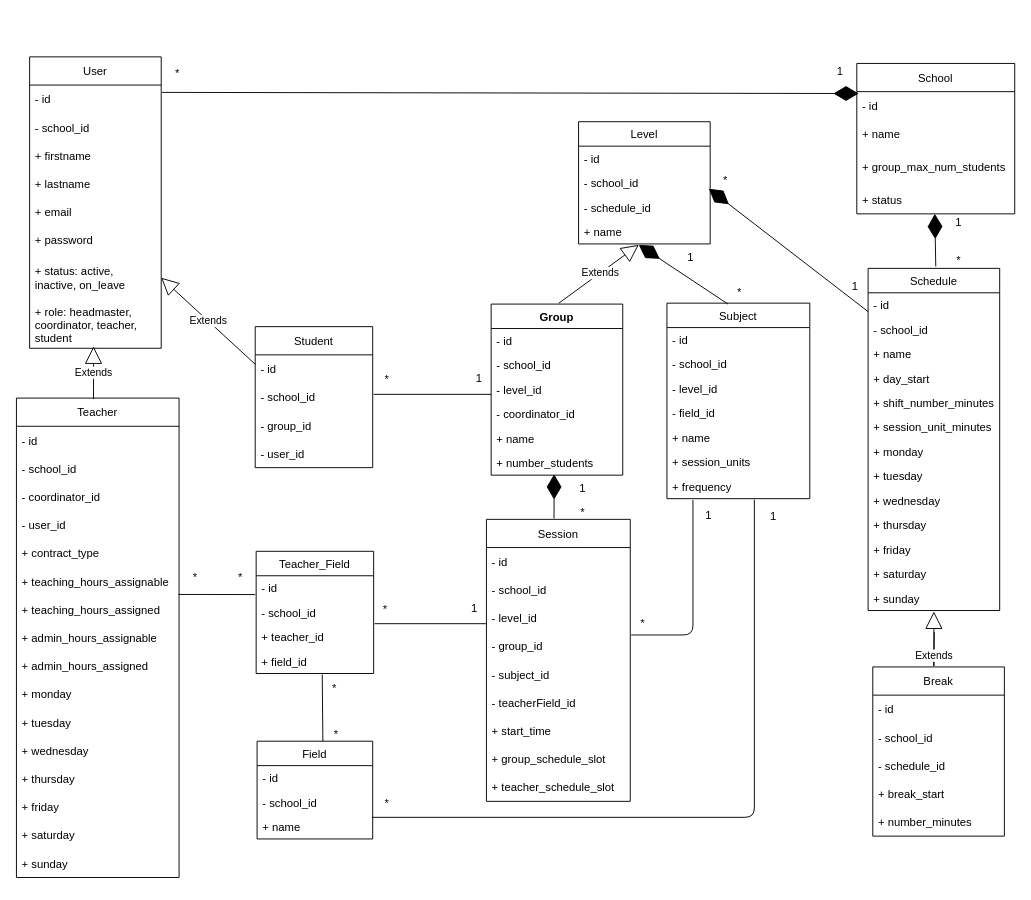
Before: support/3_design/entities/entities_UML.drawio in JeromeVargas/schedule_maker, a draw.io diagram. Source tidied: cells renumbered, new cells numbered last; positions are measured from the earlier drawing's top-left corner, leaving out a move shared by most shapes. Both pictures are drawn from the tidied source at 94%, with x=0, y=0 at pixel (16, 56).
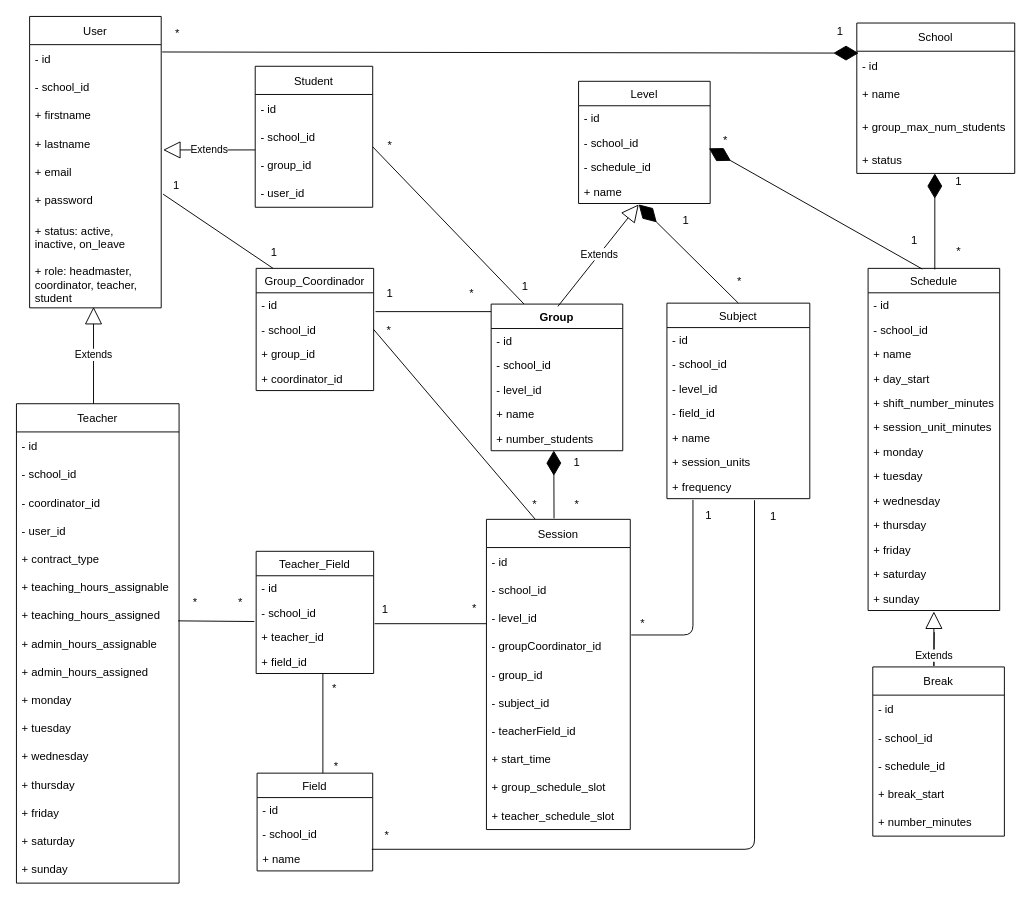
Above is the later version.

The change refers to these unchanged cells:
```xml
<mxCell id="10" value="+ status: active,&#10;inactive, on_leave" style="text;strokeColor=none;fillColor=none;align=left;verticalAlign=middle;spacingLeft=4;spacingRight=4;overflow=hidden;points=[[0,0.5],[1,0.5]];portConstraint=eastwest;" parent="3" vertex="1">
  <mxGeometry y="210" width="140" height="50" as="geometry" />
</mxCell>
<mxCell id="17" value="Schedule" style="swimlane;fontStyle=0;horizontal=1;startSize=26;fillColor=none;" parent="1" vertex="1">
  <mxGeometry x="906" y="225" width="140" height="364" as="geometry" />
</mxCell>
<mxCell id="43" value="Subject" style="swimlane;fontStyle=0;horizontal=1;startSize=26;fillColor=none;" parent="1" vertex="1">
  <mxGeometry x="692" y="262" width="152" height="208" as="geometry" />
</mxCell>
<mxCell id="50" value="+ frequency" style="text;strokeColor=none;fillColor=none;align=left;verticalAlign=top;spacingLeft=4;spacingRight=4;overflow=hidden;points=[[0,0.5],[1,0.5]];portConstraint=eastwest;whiteSpace=wrap;" parent="43" vertex="1">
  <mxGeometry y="182" width="152" height="26" as="geometry" />
</mxCell>
<mxCell id="68" value="+ teaching_hours_assigned" style="text;strokeColor=none;fillColor=none;align=left;verticalAlign=middle;spacingLeft=4;spacingRight=4;overflow=hidden;points=[[0,0.5],[1,0.5]];portConstraint=eastwest;" parent="61" vertex="1">
  <mxGeometry y="210" width="173" height="30" as="geometry" />
</mxCell>
<mxCell id="81" value="- group_id" style="text;strokeColor=none;fillColor=none;align=left;verticalAlign=middle;spacingLeft=4;spacingRight=4;overflow=hidden;points=[[0,0.5],[1,0.5]];portConstraint=eastwest;" parent="78" vertex="1">
  <mxGeometry y="90" width="125" height="30" as="geometry" />
</mxCell>
```

The edit, as a diff of the source:
```diff
@@
     <mxCell id="2" style="endArrow=diamondThin;endFill=1;endSize=24;html=1;rounded=0;exitX=0.039;exitY=0.825;exitDx=0;exitDy=0;exitPerimeter=0;entryX=0.012;entryY=0.667;entryDx=0;entryDy=0;entryPerimeter=0;" parent="1" edge="1">
       <mxGeometry relative="1" as="geometry">
-        <mxPoint x="155" y="37.8" as="sourcePoint" />
-        <mxPoint x="896" y="39" as="targetPoint" />
+        <mxPoint x="155" y="-5.2" as="sourcePoint" />
+        <mxPoint x="896" y="-4" as="targetPoint" />
       </mxGeometry>
     </mxCell>
     <mxCell id="3" value="User" style="swimlane;fontStyle=0;horizontal=1;startSize=30;" parent="1" vertex="1">
-      <mxGeometry x="14" width="140" height="310" as="geometry" />
+      <mxGeometry x="14" y="-43" width="140" height="310" as="geometry" />
     </mxCell>
@@
     <mxCell id="12" value="School" style="swimlane;fontStyle=0;horizontal=1;startSize=30;strokeColor=default;fillColor=none;" parent="1" vertex="1">
-      <mxGeometry x="894" y="7" width="168" height="160" as="geometry" />
+      <mxGeometry x="894" y="-36" width="168" height="160" as="geometry" />
     </mxCell>
@@
-    <mxCell id="31" style="endArrow=diamondThin;endFill=1;endSize=24;html=1;rounded=0;entryX=-0.079;entryY=0.777;entryDx=0;entryDy=0;entryPerimeter=0;" parent="17" edge="1" target="100">
-      <mxGeometry relative="1" as="geometry">
-        <mxPoint y="46" as="sourcePoint" />
-      </mxGeometry>
-    </mxCell>
@@
     <mxCell id="38" value="Level" style="swimlane;fontStyle=0;horizontal=1;startSize=26;fillColor=none;" parent="1" vertex="1">
-      <mxGeometry x="598" y="69" width="140" height="130" as="geometry" />
+      <mxGeometry x="598" y="26" width="140" height="130" as="geometry" />
     </mxCell>
@@
     <mxCell id="51" value="Session" style="swimlane;fontStyle=0;horizontal=1;startSize=30;" parent="1" vertex="1">
-      <mxGeometry x="500" y="492" width="153" height="300" as="geometry" />
+      <mxGeometry x="500" y="492" width="153" height="330" as="geometry" />
     </mxCell>
@@
-    <mxCell id="55" value="- group_id" style="text;strokeColor=none;fillColor=none;align=left;verticalAlign=middle;spacingLeft=4;spacingRight=4;overflow=hidden;" parent="51" vertex="1">
+    <mxCell id="55" value="- groupCoordinator_id" style="text;strokeColor=none;fillColor=none;align=left;verticalAlign=middle;spacingLeft=4;spacingRight=4;overflow=hidden;" parent="51" vertex="1">
       <mxGeometry y="120" width="153" height="30" as="geometry" />
     </mxCell>
+    <mxCell id="134" value="- group_id" style="text;strokeColor=none;fillColor=none;align=left;verticalAlign=middle;spacingLeft=4;spacingRight=4;overflow=hidden;" parent="51" vertex="1">
+      <mxGeometry y="150" width="153" height="30" as="geometry" />
+    </mxCell>
     <mxCell id="56" value="- subject_id" style="text;strokeColor=none;fillColor=none;align=left;verticalAlign=middle;spacingLeft=4;spacingRight=4;overflow=hidden;" parent="51" vertex="1">
-      <mxGeometry y="150" width="153" height="30" as="geometry" />
+      <mxGeometry y="180" width="153" height="30" as="geometry" />
     </mxCell>
     <mxCell id="57" value="- teacherField_id" style="text;strokeColor=none;fillColor=none;align=left;verticalAlign=middle;spacingLeft=4;spacingRight=4;overflow=hidden;" parent="51" vertex="1">
-      <mxGeometry y="180" width="153" height="30" as="geometry" />
+      <mxGeometry y="210" width="153" height="30" as="geometry" />
     </mxCell>
     <mxCell id="58" value="+ start_time" style="text;strokeColor=none;fillColor=none;align=left;verticalAlign=middle;spacingLeft=4;spacingRight=4;overflow=hidden;" parent="51" vertex="1">
-      <mxGeometry y="210" width="153" height="30" as="geometry" />
+      <mxGeometry y="240" width="153" height="30" as="geometry" />
     </mxCell>
     <mxCell id="59" value="+ group_schedule_slot" style="text;strokeColor=none;fillColor=none;align=left;verticalAlign=middle;spacingLeft=4;spacingRight=4;overflow=hidden;" parent="51" vertex="1">
-      <mxGeometry y="240" width="153" height="30" as="geometry" />
+      <mxGeometry y="270" width="153" height="30" as="geometry" />
     </mxCell>
     <mxCell id="60" value="+ teacher_schedule_slot" style="text;strokeColor=none;fillColor=none;align=left;verticalAlign=middle;spacingLeft=4;spacingRight=4;overflow=hidden;" parent="51" vertex="1">
-      <mxGeometry y="270" width="153" height="30" as="geometry" />
+      <mxGeometry y="300" width="153" height="30" as="geometry" />
     </mxCell>
     <mxCell id="61" value="Teacher" style="swimlane;fontStyle=0;horizontal=1;startSize=30;" parent="1" vertex="1">
-      <mxGeometry y="363" width="173" height="510" as="geometry" />
+      <mxGeometry y="369" width="173" height="510" as="geometry" />
     </mxCell>
@@
     <mxCell id="78" value="Student" style="swimlane;fontStyle=0;horizontal=1;startSize=30;" parent="1" vertex="1">
-      <mxGeometry x="254" y="287" width="125" height="150" as="geometry" />
+      <mxGeometry x="254" y="10" width="125" height="150" as="geometry" />
     </mxCell>
@@
-    <mxCell id="88" value="Extends" style="endArrow=block;endSize=16;endFill=0;html=1;rounded=0;entryX=0.45;entryY=0.933;entryDx=0;entryDy=0;entryPerimeter=0;" parent="1" edge="1">
+    <mxCell id="88" value="Extends" style="endArrow=block;endSize=16;endFill=0;html=1;rounded=0;exitX=0.474;exitY=0.006;exitDx=0;exitDy=0;exitPerimeter=0;" parent="1" edge="1">
       <mxGeometry relative="1" as="geometry">
-        <mxPoint x="82" y="364" as="sourcePoint" />
-        <mxPoint x="82" y="308" as="targetPoint" />
+        <mxPoint x="82" y="369.1" as="sourcePoint" />
+        <mxPoint x="82" y="266" as="targetPoint" />
       </mxGeometry>
     </mxCell>
-    <mxCell id="89" value="Extends" style="endArrow=block;endSize=16;endFill=0;html=1;rounded=0;entryX=1;entryY=0.5;entryDx=0;entryDy=0;" parent="1" edge="1" target="10">
+    <mxCell id="89" value="Extends" style="endArrow=block;endSize=16;endFill=0;html=1;rounded=0;" parent="1" edge="1">
       <mxGeometry relative="1" as="geometry">
-        <mxPoint x="254" y="327" as="sourcePoint" />
+        <mxPoint x="254" y="99" as="sourcePoint" />
+        <mxPoint x="156" y="99" as="targetPoint" />
       </mxGeometry>
     </mxCell>
@@
     <mxCell id="91" value="1" style="text;html=1;align=center;verticalAlign=middle;strokeColor=none;fillColor=none;" parent="1" vertex="1">
-      <mxGeometry x="861" y="1" width="30" height="30" as="geometry" />
+      <mxGeometry x="861" y="-42" width="30" height="30" as="geometry" />
     </mxCell>
     <mxCell id="92" value="*" style="text;html=1;align=center;verticalAlign=middle;strokeColor=none;fillColor=none;" parent="1" vertex="1">
-      <mxGeometry x="987" y="202" width="30" height="30" as="geometry" />
+      <mxGeometry x="987" y="192" width="30" height="30" as="geometry" />
     </mxCell>
-    <mxCell id="93" style="endArrow=diamondThin;endFill=1;endSize=24;html=1;rounded=0;" parent="1" edge="1">
+    <mxCell id="93" style="endArrow=diamondThin;endFill=1;endSize=24;html=1;rounded=0;exitX=0.5;exitY=0;exitDx=0;exitDy=0;" parent="1" edge="1" source="43">
       <mxGeometry relative="1" as="geometry">
-        <mxPoint x="757" y="263" as="sourcePoint" />
-        <mxPoint x="662" y="200" as="targetPoint" />
+        <mxPoint x="662" y="157" as="targetPoint" />
       </mxGeometry>
     </mxCell>
     <mxCell id="94" value="1" style="text;html=1;align=center;verticalAlign=middle;strokeColor=none;fillColor=none;" parent="1" vertex="1">
-      <mxGeometry x="702" y="199" width="30" height="30" as="geometry" />
+      <mxGeometry x="697" y="159" width="30" height="30" as="geometry" />
     </mxCell>
     <mxCell id="95" value="*" style="text;html=1;align=center;verticalAlign=middle;strokeColor=none;fillColor=none;" parent="1" vertex="1">
-      <mxGeometry x="754" y="236" width="30" height="30" as="geometry" />
+      <mxGeometry x="754" y="224" width="30" height="30" as="geometry" />
     </mxCell>
-    <mxCell id="96" style="endArrow=diamondThin;endFill=1;endSize=24;html=1;rounded=0;exitX=0.492;exitY=0.033;exitDx=0;exitDy=0;exitPerimeter=0;" parent="1" edge="1">
+    <mxCell id="96" style="endArrow=diamondThin;endFill=1;endSize=24;html=1;rounded=0;exitX=0.492;exitY=0.033;exitDx=0;exitDy=0;exitPerimeter=0;entryX=0.476;entryY=0.989;entryDx=0;entryDy=0;entryPerimeter=0;" parent="1" edge="1" target="108">
       <mxGeometry relative="1" as="geometry">
         <mxPoint x="571.9" y="491" as="sourcePoint" />
-        <mxPoint x="572" y="444" as="targetPoint" />
       </mxGeometry>
     </mxCell>
     <mxCell id="97" value="1" style="text;html=1;align=center;verticalAlign=middle;strokeColor=none;fillColor=none;" parent="1" vertex="1">
-      <mxGeometry x="587" y="444" width="30" height="30" as="geometry" />
+      <mxGeometry x="581" y="417" width="30" height="30" as="geometry" />
     </mxCell>
-    <mxCell id="98" style="endArrow=none;endFill=1;endSize=24;html=1;rounded=0;exitX=0.967;exitY=0.9;exitDx=0;exitDy=0;exitPerimeter=0;entryX=0.997;entryY=-0.037;entryDx=0;entryDy=0;entryPerimeter=0;" parent="1" edge="1" target="68">
+    <mxCell id="98" style="endArrow=none;endFill=1;endSize=24;html=1;rounded=0;exitX=-0.015;exitY=0.027;exitDx=0;exitDy=0;exitPerimeter=0;" parent="1" edge="1">
       <mxGeometry relative="1" as="geometry">
-        <mxPoint x="254" y="572" as="sourcePoint" />
+        <mxPoint x="253.1" y="600.7" as="sourcePoint" />
+        <mxPoint x="172" y="600" as="targetPoint" />
       </mxGeometry>
     </mxCell>
     <mxCell id="99" value="1" style="text;html=1;align=center;verticalAlign=middle;strokeColor=none;fillColor=none;" parent="1" vertex="1">
-      <mxGeometry x="877" y="229" width="30" height="30" as="geometry" />
+      <mxGeometry x="940" y="181" width="30" height="30" as="geometry" />
     </mxCell>
     <mxCell id="100" value="*" style="text;html=1;align=center;verticalAlign=middle;points=[];strokeColor=none;fillColor=none;" parent="1" vertex="1">
-      <mxGeometry x="739" y="117" width="30" height="30" as="geometry" />
+      <mxGeometry x="739" y="74" width="30" height="30" as="geometry" />
     </mxCell>
     <mxCell id="101" value="*" style="text;html=1;align=center;verticalAlign=middle;strokeColor=none;fillColor=none;" parent="1" vertex="1">
-      <mxGeometry x="156" y="3" width="30" height="30" as="geometry" />
+      <mxGeometry x="156" y="-40" width="30" height="30" as="geometry" />
     </mxCell>
     <mxCell id="102" value="Group" style="swimlane;fontStyle=1;horizontal=1;startSize=26;fillColor=none;" parent="1" vertex="1">
-      <mxGeometry x="505" y="263" width="140" height="182" as="geometry" />
+      <mxGeometry x="505" y="263" width="140" height="156" as="geometry" />
     </mxCell>
@@
-    <mxCell id="106" value="- coordinator_id" style="text;strokeColor=none;fillColor=none;align=left;verticalAlign=top;spacingLeft=4;spacingRight=4;overflow=hidden;" parent="102" vertex="1">
-      <mxGeometry y="104" width="140" height="26" as="geometry" />
-    </mxCell>
     <mxCell id="107" value="+ name" style="text;strokeColor=none;fillColor=none;align=left;verticalAlign=top;spacingLeft=4;spacingRight=4;overflow=hidden;" parent="102" vertex="1">
-      <mxGeometry y="130" width="140" height="26" as="geometry" />
+      <mxGeometry y="104" width="140" height="26" as="geometry" />
     </mxCell>
     <mxCell id="108" value="+ number_students" style="text;strokeColor=none;fillColor=none;align=left;verticalAlign=top;spacingLeft=4;spacingRight=4;overflow=hidden;points=[[0,0.5],[1,0.5]];portConstraint=eastwest;" parent="102" vertex="1">
-      <mxGeometry y="156" width="140" height="26" as="geometry" />
+      <mxGeometry y="130" width="140" height="26" as="geometry" />
     </mxCell>
-    <mxCell id="109" value="Extends" style="endArrow=block;endSize=16;endFill=0;html=1;rounded=0;" parent="1" edge="1">
+    <mxCell id="109" value="Extends" style="endArrow=block;endSize=16;endFill=0;html=1;rounded=0;exitX=0.507;exitY=0.016;exitDx=0;exitDy=0;exitPerimeter=0;" parent="1" edge="1" source="102">
       <mxGeometry x="0.02" relative="1" as="geometry">
-        <mxPoint x="577" y="262" as="sourcePoint" />
-        <mxPoint x="662" y="200" as="targetPoint" />
+        <mxPoint x="662" y="157" as="targetPoint" />
       </mxGeometry>
     </mxCell>
-    <mxCell id="110" style="endArrow=none;html=1;exitX=1;exitY=0.5;exitDx=0;exitDy=0;" parent="1" edge="1">
-      <mxGeometry relative="1" as="geometry">
-        <mxPoint x="380" y="359" as="sourcePoint" />
-        <mxPoint x="505" y="359" as="targetPoint" />
-      </mxGeometry>
+    <mxCell id="110" style="endArrow=none;html=1;exitX=1;exitY=-0.143;exitDx=0;exitDy=0;entryX=0.25;entryY=0;entryDx=0;entryDy=0;exitPerimeter=0;" parent="1" edge="1" source="81" target="102">
+      <mxGeometry relative="1" as="geometry" />
     </mxCell>
     <mxCell id="111" value="*" style="text;html=1;align=center;verticalAlign=middle;strokeColor=none;fillColor=none;" parent="1" vertex="1">
-      <mxGeometry x="379" y="328.3" width="30" height="30" as="geometry" />
+      <mxGeometry x="382" y="79.3" width="30" height="30" as="geometry" />
     </mxCell>
     <mxCell id="112" value="1" style="text;html=1;align=center;verticalAlign=middle;strokeColor=none;fillColor=none;" parent="1" vertex="1">
-      <mxGeometry x="477.2" y="327.3" width="30" height="30" as="geometry" />
+      <mxGeometry x="526" y="229" width="30" height="30" as="geometry" />
     </mxCell>
-    <mxCell id="113" style="endArrow=diamondThin;endFill=1;endSize=24;html=1;rounded=0;" parent="1" edge="1">
+    <mxCell id="113" style="endArrow=diamondThin;endFill=1;endSize=24;html=1;rounded=0;exitX=0.507;exitY=0.003;exitDx=0;exitDy=0;exitPerimeter=0;" parent="1" edge="1" source="17">
       <mxGeometry relative="1" as="geometry">
-        <mxPoint x="978" y="223" as="sourcePoint" />
-        <mxPoint x="977" y="167" as="targetPoint" />
+        <mxPoint x="977" y="124" as="targetPoint" />
       </mxGeometry>
     </mxCell>
     <mxCell id="114" value="1" style="text;html=1;align=center;verticalAlign=middle;strokeColor=none;fillColor=none;" parent="1" vertex="1">
-      <mxGeometry x="987" y="161" width="30" height="30" as="geometry" />
+      <mxGeometry x="987" y="118" width="30" height="30" as="geometry" />
     </mxCell>
@@
-    <mxCell id="116" value="*" style="text;html=1;align=center;verticalAlign=middle;strokeColor=none;fillColor=none;" parent="1" vertex="1">
+    <mxCell id="116" value="1" style="text;html=1;align=center;verticalAlign=middle;strokeColor=none;fillColor=none;" parent="1" vertex="1">
       <mxGeometry x="376.8" y="572.7" width="30" height="30" as="geometry" />
     </mxCell>
-    <mxCell id="117" value="1" style="text;html=1;align=center;verticalAlign=middle;strokeColor=none;fillColor=none;" parent="1" vertex="1">
+    <mxCell id="117" value="*" style="text;html=1;align=center;verticalAlign=middle;strokeColor=none;fillColor=none;" parent="1" vertex="1">
       <mxGeometry x="472" y="571.7" width="30" height="30" as="geometry" />
     </mxCell>
@@
     <mxCell id="119" value="*" style="text;html=1;align=center;verticalAlign=middle;strokeColor=none;fillColor=none;" parent="1" vertex="1">
-      <mxGeometry x="587" y="470" width="30" height="30" as="geometry" />
+      <mxGeometry x="581" y="461" width="30" height="30" as="geometry" />
     </mxCell>
@@
     <mxCell id="122" value="Field" style="swimlane;fontStyle=0;horizontal=1;startSize=26;fillColor=none;" parent="1" vertex="1">
-      <mxGeometry x="256" y="728" width="123" height="104" as="geometry" />
+      <mxGeometry x="256" y="762" width="123" height="104" as="geometry" />
     </mxCell>
@@
     <mxCell id="126" value="*" style="text;html=1;align=center;verticalAlign=middle;strokeColor=none;fillColor=none;" parent="1" vertex="1">
-      <mxGeometry x="325" y="706" width="30" height="30" as="geometry" />
+      <mxGeometry x="325" y="740" width="30" height="30" as="geometry" />
     </mxCell>
@@
-    <mxCell id="128" style="endArrow=none;html=1;entryX=0.5;entryY=0;entryDx=0;entryDy=0;exitX=0.533;exitY=1.121;exitDx=0;exitDy=0;exitPerimeter=0;" parent="1" edge="1">
+    <mxCell id="128" style="endArrow=none;html=1;entryX=0.5;entryY=0;entryDx=0;entryDy=0;" parent="1" edge="1">
       <mxGeometry relative="1" as="geometry">
-        <mxPoint x="325.3" y="657" as="sourcePoint" />
-        <mxPoint x="326" y="728" as="targetPoint" />
+        <mxPoint x="326" y="656" as="sourcePoint" />
+        <mxPoint x="326" y="762" as="targetPoint" />
       </mxGeometry>
     </mxCell>
     <mxCell id="129" value="*" style="text;html=1;align=center;verticalAlign=middle;strokeColor=none;fillColor=none;" parent="1" vertex="1">
-      <mxGeometry x="379" y="780" width="30" height="30" as="geometry" />
+      <mxGeometry x="379" y="814" width="30" height="30" as="geometry" />
     </mxCell>
@@
-    <mxCell id="131" style="endArrow=none;html=1;exitX=1.15;exitY=0.908;exitDx=0;exitDy=0;exitPerimeter=0;edgeStyle=orthogonalEdgeStyle;entryX=0.564;entryY=1.049;entryDx=0;entryDy=0;entryPerimeter=0;" parent="1" edge="1">
+    <mxCell id="131" style="endArrow=none;html=1;exitX=1.15;exitY=0.908;exitDx=0;exitDy=0;exitPerimeter=0;edgeStyle=orthogonalEdgeStyle;entryX=0.613;entryY=1.063;entryDx=0;entryDy=0;entryPerimeter=0;" parent="1" edge="1" target="50">
       <mxGeometry relative="1" as="geometry">
-        <mxPoint x="378" y="809" as="sourcePoint" />
-        <mxPoint x="785" y="471" as="targetPoint" />
+        <mxPoint x="378" y="843" as="sourcePoint" />
         <Array as="points">
-          <mxPoint x="784.2" y="808.8" />
+          <mxPoint x="785" y="843" />
         </Array>
       </mxGeometry>
     </mxCell>
     <mxCell id="132" value="*" style="text;html=1;align=center;verticalAlign=middle;strokeColor=none;fillColor=none;" parent="1" vertex="1">
-      <mxGeometry x="175" y="539" width="30" height="30" as="geometry" />
+      <mxGeometry x="175" y="566" width="30" height="30" as="geometry" />
     </mxCell>
     <mxCell id="133" value="*" style="text;html=1;align=center;verticalAlign=middle;strokeColor=none;fillColor=none;" parent="1" vertex="1">
-      <mxGeometry x="223" y="539" width="30" height="30" as="geometry" />
+      <mxGeometry x="223" y="566" width="30" height="30" as="geometry" />
     </mxCell>
+    <mxCell id="135" value="*" style="text;html=1;align=center;verticalAlign=middle;strokeColor=none;fillColor=none;" parent="1" vertex="1">
+      <mxGeometry x="536" y="461" width="30" height="30" as="geometry" />
+    </mxCell>
+    <mxCell id="136" value="*" style="text;html=1;align=center;verticalAlign=middle;strokeColor=none;fillColor=none;" parent="1" vertex="1">
+      <mxGeometry x="381" y="276" width="30" height="30" as="geometry" />
+    </mxCell>
+    <mxCell id="137" style="endArrow=none;endFill=1;endSize=24;html=1;rounded=0;entryX=1;entryY=0.5;entryDx=0;entryDy=0;exitX=0.338;exitY=-0.001;exitDx=0;exitDy=0;exitPerimeter=0;" parent="1" edge="1" source="51" target="140">
+      <mxGeometry relative="1" as="geometry" />
+    </mxCell>
+    <mxCell id="138" value="Group_Coordinador" style="swimlane;fontStyle=0;horizontal=1;startSize=26;fillColor=none;" parent="1" vertex="1">
+      <mxGeometry x="255" y="225" width="125" height="130" as="geometry" />
+    </mxCell>
+    <mxCell id="139" value="- id" style="text;strokeColor=none;fillColor=none;align=left;verticalAlign=top;spacingLeft=4;spacingRight=4;overflow=hidden;" parent="138" vertex="1">
+      <mxGeometry y="26" width="125" height="26" as="geometry" />
+    </mxCell>
+    <mxCell id="140" value="- school_id" style="text;strokeColor=none;fillColor=none;align=left;verticalAlign=top;spacingLeft=4;spacingRight=4;overflow=hidden;points=[[0,0.5],[1,0.5]];portConstraint=eastwest;" parent="138" vertex="1">
+      <mxGeometry y="52" width="125" height="26" as="geometry" />
+    </mxCell>
+    <mxCell id="141" value="+ group_id" style="text;strokeColor=none;fillColor=none;align=left;verticalAlign=top;spacingLeft=4;spacingRight=4;overflow=hidden;" parent="138" vertex="1">
+      <mxGeometry y="78" width="125" height="26" as="geometry" />
+    </mxCell>
+    <mxCell id="142" value="+ coordinator_id" style="text;strokeColor=none;fillColor=none;align=left;verticalAlign=top;spacingLeft=4;spacingRight=4;overflow=hidden;" parent="138" vertex="1">
+      <mxGeometry y="104" width="125" height="26" as="geometry" />
+    </mxCell>
+    <mxCell id="143" style="endArrow=none;html=1;exitX=-0.016;exitY=0.756;exitDx=0;exitDy=0;exitPerimeter=0;" parent="1" edge="1">
+      <mxGeometry relative="1" as="geometry">
+        <mxPoint x="382" y="271" as="sourcePoint" />
+        <mxPoint x="505" y="271" as="targetPoint" />
+      </mxGeometry>
+    </mxCell>
+    <mxCell id="144" value="1" style="text;html=1;align=center;verticalAlign=middle;strokeColor=none;fillColor=none;" parent="1" vertex="1">
+      <mxGeometry x="381.8" y="236.7" width="30" height="30" as="geometry" />
+    </mxCell>
+    <mxCell id="145" value="*" style="text;html=1;align=center;verticalAlign=middle;strokeColor=none;fillColor=none;" parent="1" vertex="1">
+      <mxGeometry x="469" y="236.7" width="30" height="30" as="geometry" />
+    </mxCell>
+    <mxCell id="31" style="endArrow=diamondThin;endFill=1;endSize=24;html=1;rounded=0;entryX=-0.079;entryY=0.777;entryDx=0;entryDy=0;entryPerimeter=0;exitX=0.412;exitY=0.002;exitDx=0;exitDy=0;exitPerimeter=0;" parent="1" edge="1" source="17" target="100">
+      <mxGeometry relative="1" as="geometry" />
+    </mxCell>
+    <mxCell id="146" style="endArrow=none;html=1;" parent="1" edge="1">
+      <mxGeometry relative="1" as="geometry">
+        <mxPoint x="156" y="146" as="sourcePoint" />
+        <mxPoint x="273" y="225" as="targetPoint" />
+      </mxGeometry>
+    </mxCell>
+    <mxCell id="147" value="1" style="text;html=1;align=center;verticalAlign=middle;strokeColor=none;fillColor=none;" parent="1" vertex="1">
+      <mxGeometry x="155" y="122" width="30" height="30" as="geometry" />
+    </mxCell>
+    <mxCell id="148" value="1" style="text;html=1;align=center;verticalAlign=middle;strokeColor=none;fillColor=none;" parent="1" vertex="1">
+      <mxGeometry x="259" y="193" width="30" height="30" as="geometry" />
+    </mxCell>
```
